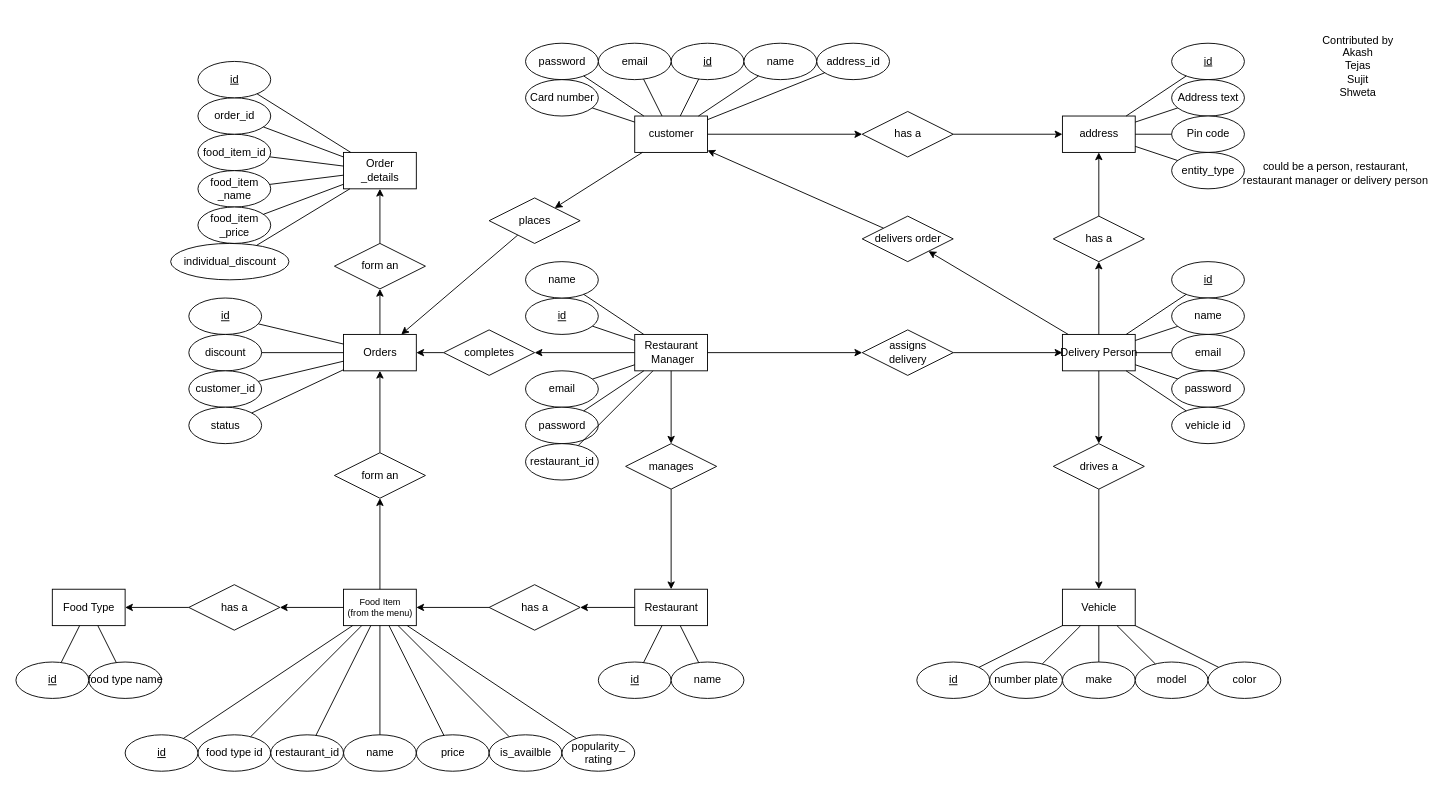
Before: diagrams/ER/ER diagram.drawio in callofthewild/hunger-buzz, a draw.io diagram. Source tidied: cells renumbered, new cells numbered last; positions are measured from the earlier drawing's top-left corner, leaving out a move shared by most shapes. Both pictures are drawn from the tidied source at 91%, with x=0, y=0 at pixel (15, 15).
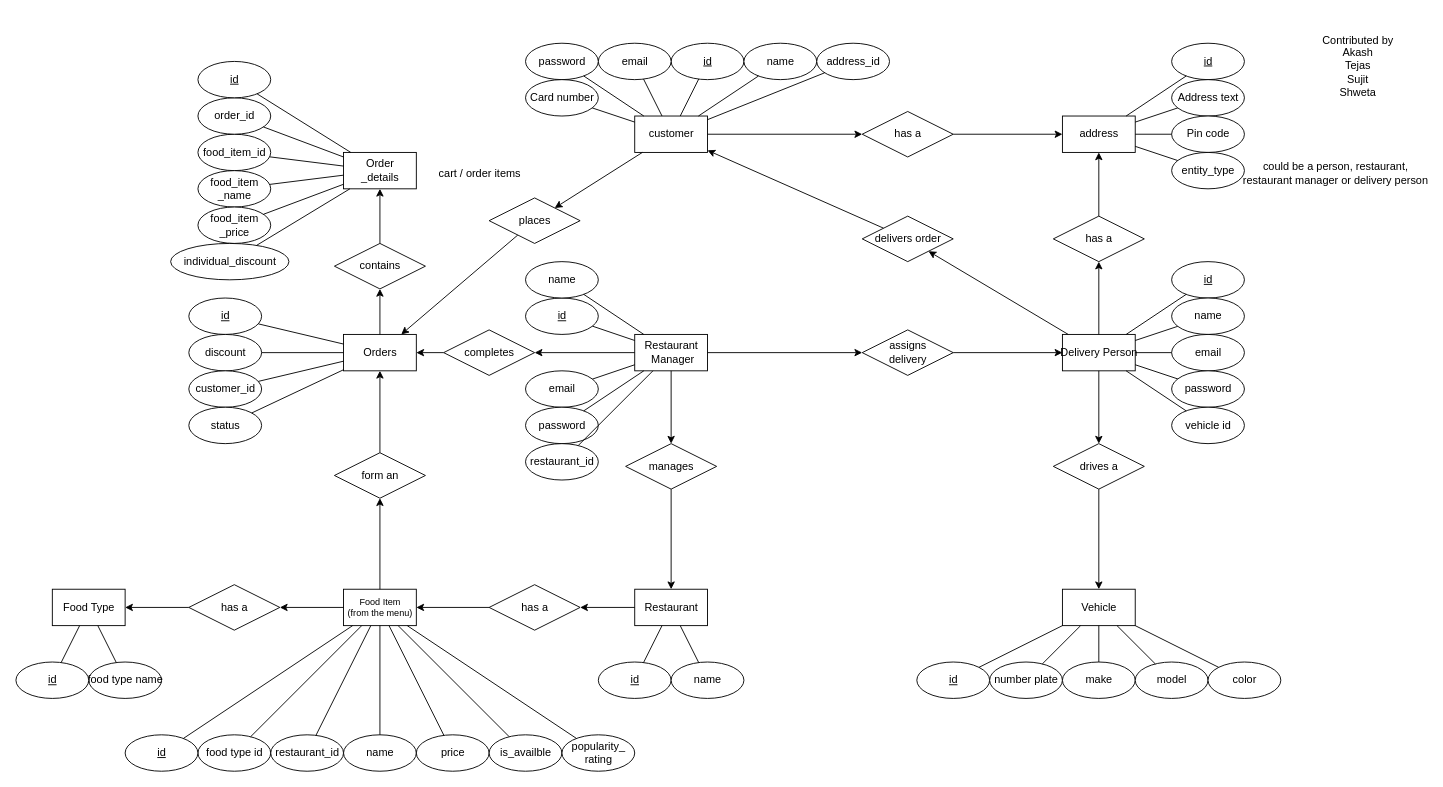
The same page after the edit.

Diff of the diagram source:
```diff
@@
-    <mxCell id="123" value="form an" style="shape=rhombus;perimeter=rhombusPerimeter;html=1;align=center;" parent="1" vertex="1">
+    <mxCell id="123" value="contains" style="shape=rhombus;perimeter=rhombusPerimeter;html=1;align=center;" parent="1" vertex="1">
       <mxGeometry x="350" y="250" width="100" height="50" as="geometry" />
     </mxCell>
@@
+    <mxCell id="142" value="cart / order items" style="text;html=1;strokeColor=none;fillColor=none;align=center;verticalAlign=middle;whiteSpace=wrap;rounded=0;" parent="1" vertex="1">
+      <mxGeometry x="450" y="157.5" width="120" height="30" as="geometry" />
+    </mxCell>
```
